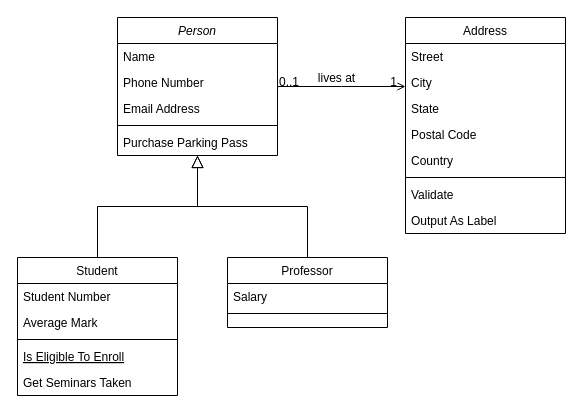
ofSaJoaquim/ms-client keeps this draw.io diagram as docs/Diagrama sem nome.drawio. Above is the earlier version. Source tidied: cells renumbered, new cells numbered last; positions are measured from the earlier drawing's top-left corner, leaving out a move shared by most shapes. Both pictures are drawn from the tidied source at 100%, with x=0, y=0 at pixel (17, 17).
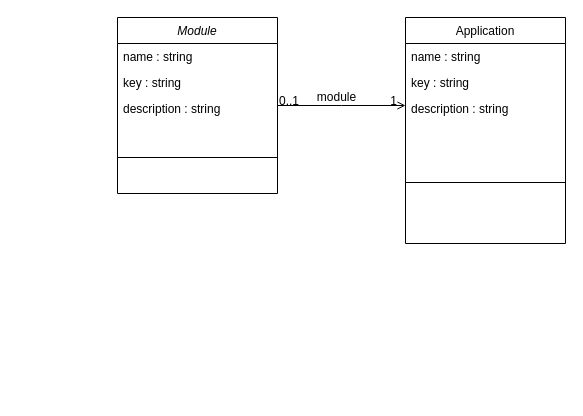
Above is the later version.

Unchanged cells that the change refers to:
```xml
<mxCell id="28" style="endArrow=open;shadow=0;strokeWidth=1;rounded=0;endFill=1;edgeStyle=elbowEdgeStyle;elbow=vertical;" parent="1" edge="1" source="2" target="19">
  <mxGeometry x="0.5" y="41" relative="1" as="geometry">
    <mxPoint x="-40" y="32" as="offset" />
  </mxGeometry>
</mxCell>
```

Diff of the diagram source:
```diff
@@
-    <mxCell id="2" value="Person" style="swimlane;fontStyle=2;align=center;verticalAlign=top;horizontal=1;startSize=26;rounded=0;shadow=0;strokeWidth=1;" parent="1" vertex="1">
-      <mxGeometry x="100" width="160" height="138" as="geometry" />
+    <mxCell id="2" value="Module" style="swimlane;fontStyle=2;align=center;verticalAlign=top;horizontal=1;startSize=26;rounded=0;shadow=0;strokeWidth=1;" parent="1" vertex="1">
+      <mxGeometry x="100" width="160" height="176" as="geometry" />
     </mxCell>
-    <mxCell id="3" value="Name" style="text;align=left;verticalAlign=top;spacingLeft=4;spacingRight=4;overflow=hidden;" parent="2" vertex="1">
+    <mxCell id="3" value="name : string" style="text;align=left;verticalAlign=top;spacingLeft=4;spacingRight=4;overflow=hidden;" parent="2" vertex="1">
       <mxGeometry y="26" width="160" height="26" as="geometry" />
     </mxCell>
-    <mxCell id="4" value="Phone Number" style="text;align=left;verticalAlign=top;spacingLeft=4;spacingRight=4;overflow=hidden;rounded=0;shadow=0;html=0;" parent="2" vertex="1">
+    <mxCell id="4" value="key : string" style="text;align=left;verticalAlign=top;spacingLeft=4;spacingRight=4;overflow=hidden;rounded=0;shadow=0;html=0;" parent="2" vertex="1">
       <mxGeometry y="52" width="160" height="26" as="geometry" />
     </mxCell>
-    <mxCell id="5" value="Email Address" style="text;align=left;verticalAlign=top;spacingLeft=4;spacingRight=4;overflow=hidden;rounded=0;shadow=0;html=0;" parent="2" vertex="1">
-      <mxGeometry y="78" width="160" height="26" as="geometry" />
-    </mxCell>
+    <mxCell id="32" value="description : string" style="text;align=left;verticalAlign=top;spacingLeft=4;spacingRight=4;overflow=hidden;rounded=0;shadow=0;html=0;" parent="2" vertex="1">
+      <mxGeometry y="78" width="160" height="26" as="geometry" />
+    </mxCell>
     <mxCell id="6" style="line;html=1;strokeWidth=1;align=left;verticalAlign=middle;spacingTop=-1;spacingLeft=3;spacingRight=3;labelPosition=right;" parent="2" vertex="1">
-      <mxGeometry y="104" width="160" height="8" as="geometry" />
+      <mxGeometry y="104" width="160" height="72" as="geometry" />
     </mxCell>
-    <mxCell id="7" value="Purchase Parking Pass" style="text;align=left;verticalAlign=top;spacingLeft=4;spacingRight=4;overflow=hidden;" parent="2" vertex="1">
-      <mxGeometry y="112" width="160" height="26" as="geometry" />
-    </mxCell>
-    <mxCell id="8" value="Student" style="swimlane;fontStyle=0;align=center;verticalAlign=top;horizontal=1;startSize=26;rounded=0;shadow=0;strokeWidth=1;" parent="1" vertex="1">
-      <mxGeometry y="240" width="160" height="138" as="geometry" />
-    </mxCell>
-    <mxCell id="9" value="Student Number" style="text;align=left;verticalAlign=top;spacingLeft=4;spacingRight=4;overflow=hidden;" parent="8" vertex="1">
-      <mxGeometry y="26" width="160" height="26" as="geometry" />
-    </mxCell>
-    <mxCell id="10" value="Average Mark" style="text;align=left;verticalAlign=top;spacingLeft=4;spacingRight=4;overflow=hidden;rounded=0;shadow=0;html=0;" parent="8" vertex="1">
-      <mxGeometry y="52" width="160" height="26" as="geometry" />
-    </mxCell>
-    <mxCell id="11" style="line;html=1;strokeWidth=1;align=left;verticalAlign=middle;spacingTop=-1;spacingLeft=3;spacingRight=3;labelPosition=right;" parent="8" vertex="1">
-      <mxGeometry y="78" width="160" height="8" as="geometry" />
-    </mxCell>
-    <mxCell id="12" value="Is Eligible To Enroll" style="text;align=left;verticalAlign=top;spacingLeft=4;spacingRight=4;overflow=hidden;fontStyle=4;" parent="8" vertex="1">
-      <mxGeometry y="86" width="160" height="26" as="geometry" />
-    </mxCell>
-    <mxCell id="13" value="Get Seminars Taken" style="text;align=left;verticalAlign=top;spacingLeft=4;spacingRight=4;overflow=hidden;" parent="8" vertex="1">
-      <mxGeometry y="112" width="160" height="26" as="geometry" />
-    </mxCell>
-    <mxCell id="14" style="endArrow=block;endSize=10;endFill=0;shadow=0;strokeWidth=1;rounded=0;edgeStyle=elbowEdgeStyle;elbow=vertical;" parent="1" edge="1" source="8" target="2">
-      <mxGeometry relative="1" as="geometry" />
-    </mxCell>
-    <mxCell id="15" value="Professor" style="swimlane;fontStyle=0;align=center;verticalAlign=top;horizontal=1;startSize=26;rounded=0;shadow=0;strokeWidth=1;" parent="1" vertex="1">
-      <mxGeometry x="210" y="240" width="160" height="70" as="geometry" />
-    </mxCell>
-    <mxCell id="16" value="Salary" style="text;align=left;verticalAlign=top;spacingLeft=4;spacingRight=4;overflow=hidden;" parent="15" vertex="1">
-      <mxGeometry y="26" width="160" height="26" as="geometry" />
-    </mxCell>
-    <mxCell id="17" style="line;html=1;strokeWidth=1;align=left;verticalAlign=middle;spacingTop=-1;spacingLeft=3;spacingRight=3;labelPosition=right;" parent="15" vertex="1">
-      <mxGeometry y="52" width="160" height="8" as="geometry" />
-    </mxCell>
-    <mxCell id="18" style="endArrow=block;endSize=10;endFill=0;shadow=0;strokeWidth=1;rounded=0;edgeStyle=elbowEdgeStyle;elbow=vertical;" parent="1" edge="1" source="15" target="2">
-      <mxGeometry relative="1" as="geometry" />
-    </mxCell>
-    <mxCell id="19" value="Address" style="swimlane;fontStyle=0;align=center;verticalAlign=top;horizontal=1;startSize=26;rounded=0;shadow=0;strokeWidth=1;" parent="1" vertex="1">
-      <mxGeometry x="388" width="160" height="216" as="geometry" />
+    <mxCell id="19" value="Application" style="swimlane;fontStyle=0;align=center;verticalAlign=top;horizontal=1;startSize=26;rounded=0;shadow=0;strokeWidth=1;" parent="1" vertex="1">
+      <mxGeometry x="388" width="160" height="226" as="geometry" />
     </mxCell>
-    <mxCell id="20" value="Street" style="text;align=left;verticalAlign=top;spacingLeft=4;spacingRight=4;overflow=hidden;" parent="19" vertex="1">
+    <mxCell id="20" value="name : string" style="text;align=left;verticalAlign=top;spacingLeft=4;spacingRight=4;overflow=hidden;" parent="19" vertex="1">
       <mxGeometry y="26" width="160" height="26" as="geometry" />
     </mxCell>
-    <mxCell id="21" value="City" style="text;align=left;verticalAlign=top;spacingLeft=4;spacingRight=4;overflow=hidden;rounded=0;shadow=0;html=0;" parent="19" vertex="1">
+    <mxCell id="21" value="key : string" style="text;align=left;verticalAlign=top;spacingLeft=4;spacingRight=4;overflow=hidden;rounded=0;shadow=0;html=0;" parent="19" vertex="1">
       <mxGeometry y="52" width="160" height="26" as="geometry" />
     </mxCell>
-    <mxCell id="22" value="State" style="text;align=left;verticalAlign=top;spacingLeft=4;spacingRight=4;overflow=hidden;rounded=0;shadow=0;html=0;" parent="19" vertex="1">
-      <mxGeometry y="78" width="160" height="26" as="geometry" />
-    </mxCell>
-    <mxCell id="23" value="Postal Code" style="text;align=left;verticalAlign=top;spacingLeft=4;spacingRight=4;overflow=hidden;rounded=0;shadow=0;html=0;" parent="19" vertex="1">
-      <mxGeometry y="104" width="160" height="26" as="geometry" />
-    </mxCell>
-    <mxCell id="24" value="Country" style="text;align=left;verticalAlign=top;spacingLeft=4;spacingRight=4;overflow=hidden;rounded=0;shadow=0;html=0;" parent="19" vertex="1">
-      <mxGeometry y="130" width="160" height="26" as="geometry" />
-    </mxCell>
+    <mxCell id="33" value="description : string" style="text;align=left;verticalAlign=top;spacingLeft=4;spacingRight=4;overflow=hidden;rounded=0;shadow=0;html=0;" parent="19" vertex="1">
+      <mxGeometry y="78" width="160" height="26" as="geometry" />
+    </mxCell>
     <mxCell id="25" style="line;html=1;strokeWidth=1;align=left;verticalAlign=middle;spacingTop=-1;spacingLeft=3;spacingRight=3;labelPosition=right;" parent="19" vertex="1">
-      <mxGeometry y="156" width="160" height="8" as="geometry" />
+      <mxGeometry y="104" width="160" height="122" as="geometry" />
     </mxCell>
-    <mxCell id="26" value="Validate" style="text;align=left;verticalAlign=top;spacingLeft=4;spacingRight=4;overflow=hidden;" parent="19" vertex="1">
-      <mxGeometry y="164" width="160" height="26" as="geometry" />
-    </mxCell>
-    <mxCell id="27" value="Output As Label" style="text;align=left;verticalAlign=top;spacingLeft=4;spacingRight=4;overflow=hidden;" parent="19" vertex="1">
-      <mxGeometry y="190" width="160" height="26" as="geometry" />
-    </mxCell>
@@
-    <mxCell id="31" value="lives at" style="text;html=1;align=center;verticalAlign=middle;labelBackgroundColor=none;rounded=0;shadow=0;strokeWidth=1;fontSize=12;" parent="28" vertex="1">
+    <mxCell id="31" value="module" style="text;html=1;align=center;verticalAlign=middle;labelBackgroundColor=none;rounded=0;shadow=0;strokeWidth=1;fontSize=12;" parent="28" vertex="1">
       <mxGeometry x="0.5" y="49" relative="1" as="geometry">
         <mxPoint x="-38" y="40" as="offset" />
       </mxGeometry>
     </mxCell>
```
